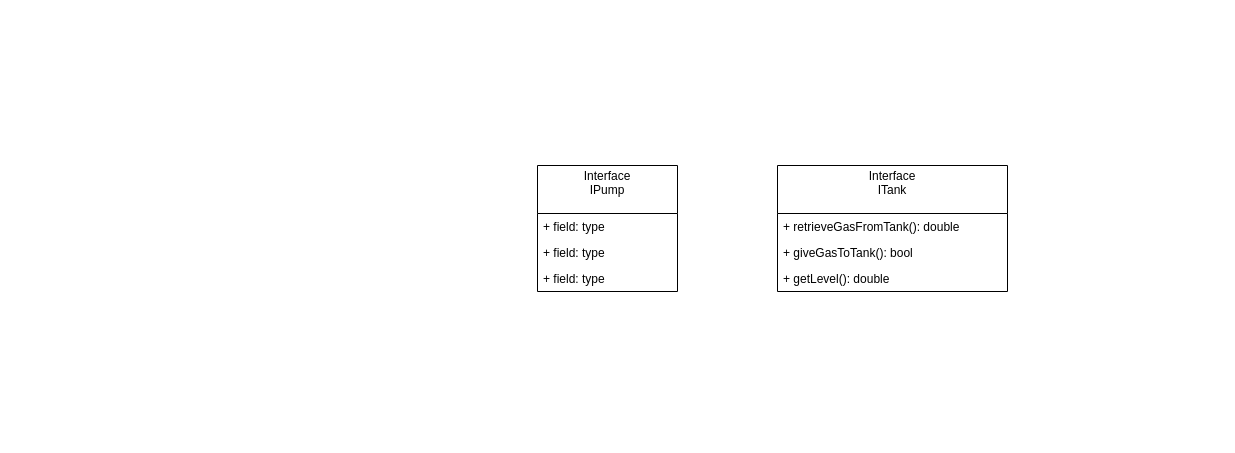
Above: GasStation.drawio in alexmickelson/GasStationPattern (draw.io), before the change. Source tidied: cells renumbered, new cells numbered last; positions are measured from the earlier drawing's top-left corner, leaving out a move shared by most shapes. Both pictures are drawn from the tidied source at 100%, with x=0, y=0 at pixel (537, 165).
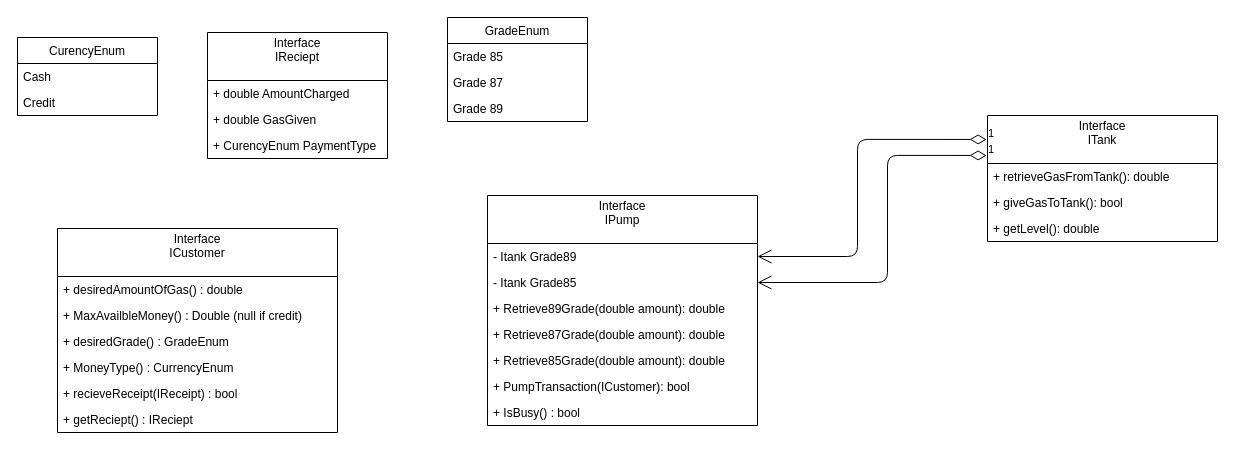
The same page after the edit.

Commit message:
defined interfaces

Diff of the diagram source:
```diff
@@
     <mxCell id="2" value="Interface&#10;IPump&#10;" style="swimlane;fontStyle=0;horizontal=1;startSize=48;fillColor=none;" parent="1" vertex="1">
-      <mxGeometry width="140" height="126" as="geometry" />
+      <mxGeometry x="-50" y="30" width="270" height="230" as="geometry" />
     </mxCell>
-    <mxCell id="3" value="+ field: type" style="text;strokeColor=none;fillColor=none;align=left;verticalAlign=top;spacingLeft=4;spacingRight=4;overflow=hidden;" parent="2" vertex="1">
-      <mxGeometry y="48" width="140" height="26" as="geometry" />
-    </mxCell>
-    <mxCell id="4" value="+ field: type" style="text;strokeColor=none;fillColor=none;align=left;verticalAlign=top;spacingLeft=4;spacingRight=4;overflow=hidden;" parent="2" vertex="1">
-      <mxGeometry y="74" width="140" height="26" as="geometry" />
-    </mxCell>
-    <mxCell id="5" value="+ field: type" style="text;strokeColor=none;fillColor=none;align=left;verticalAlign=top;spacingLeft=4;spacingRight=4;overflow=hidden;" parent="2" vertex="1">
-      <mxGeometry y="100" width="140" height="26" as="geometry" />
-    </mxCell>
+    <mxCell id="10" value="- Itank Grade89&#10;" style="text;strokeColor=none;fillColor=none;align=left;verticalAlign=top;spacingLeft=4;spacingRight=4;overflow=hidden;points=[[0,0.5],[1,0.5]];portConstraint=eastwest;" parent="2" vertex="1">
+      <mxGeometry y="48" width="270" height="26" as="geometry" />
+    </mxCell>
+    <mxCell id="11" value="- Itank Grade85&#10;" style="text;strokeColor=none;fillColor=none;align=left;verticalAlign=top;spacingLeft=4;spacingRight=4;overflow=hidden;points=[[0,0.5],[1,0.5]];portConstraint=eastwest;" parent="2" vertex="1">
+      <mxGeometry y="74" width="270" height="26" as="geometry" />
+    </mxCell>
+    <mxCell id="12" value="+ Retrieve89Grade(double amount): double" style="text;strokeColor=none;fillColor=none;align=left;verticalAlign=top;spacingLeft=4;spacingRight=4;overflow=hidden;" parent="2" vertex="1">
+      <mxGeometry y="100" width="270" height="26" as="geometry" />
+    </mxCell>
+    <mxCell id="13" value="+ Retrieve87Grade(double amount): double" style="text;strokeColor=none;fillColor=none;align=left;verticalAlign=top;spacingLeft=4;spacingRight=4;overflow=hidden;" parent="2" vertex="1">
+      <mxGeometry y="126" width="270" height="26" as="geometry" />
+    </mxCell>
+    <mxCell id="14" value="+ Retrieve85Grade(double amount): double" style="text;strokeColor=none;fillColor=none;align=left;verticalAlign=top;spacingLeft=4;spacingRight=4;overflow=hidden;" parent="2" vertex="1">
+      <mxGeometry y="152" width="270" height="26" as="geometry" />
+    </mxCell>
+    <mxCell id="15" value="+ PumpTransaction(ICustomer): bool&#10;" style="text;strokeColor=none;fillColor=none;align=left;verticalAlign=top;spacingLeft=4;spacingRight=4;overflow=hidden;" parent="2" vertex="1">
+      <mxGeometry y="178" width="270" height="26" as="geometry" />
+    </mxCell>
+    <mxCell id="16" value="+ IsBusy() : bool&#10;" style="text;strokeColor=none;fillColor=none;align=left;verticalAlign=top;spacingLeft=4;spacingRight=4;overflow=hidden;" parent="2" vertex="1">
+      <mxGeometry y="204" width="270" height="26" as="geometry" />
+    </mxCell>
     <mxCell id="6" value="Interface&#10;ITank&#10;" style="swimlane;fontStyle=0;horizontal=1;startSize=48;fillColor=none;" parent="1" vertex="1">
-      <mxGeometry x="240" width="230" height="126" as="geometry" />
+      <mxGeometry x="450" y="-50" width="230" height="126" as="geometry" />
     </mxCell>
@@
+    <mxCell id="17" value="1" style="endArrow=open;html=1;endSize=12;startArrow=diamondThin;startSize=14;startFill=0;edgeStyle=orthogonalEdgeStyle;align=left;verticalAlign=bottom;exitX=-0.004;exitY=0.19;exitDx=0;exitDy=0;entryX=1;entryY=0.5;entryDx=0;entryDy=0;exitPerimeter=0;" parent="1" edge="1" source="6" target="10">
+      <mxGeometry x="-1" y="3" relative="1" as="geometry">
+        <Array as="points">
+          <mxPoint x="320" y="-26" />
+          <mxPoint x="320" y="91" />
+        </Array>
+      </mxGeometry>
+    </mxCell>
+    <mxCell id="18" value="1" style="endArrow=open;html=1;endSize=12;startArrow=diamondThin;startSize=14;startFill=0;edgeStyle=orthogonalEdgeStyle;align=left;verticalAlign=bottom;exitX=-0.004;exitY=0.317;exitDx=0;exitDy=0;entryX=1;entryY=0.5;entryDx=0;entryDy=0;exitPerimeter=0;" parent="1" edge="1" source="6" target="11">
+      <mxGeometry x="-1" y="3" relative="1" as="geometry">
+        <Array as="points">
+          <mxPoint x="350" y="-10" />
+          <mxPoint x="350" y="117" />
+        </Array>
+      </mxGeometry>
+    </mxCell>
+    <mxCell id="19" value="Interface&#10;ICustomer&#10;" style="swimlane;fontStyle=0;horizontal=1;startSize=48;fillColor=none;" parent="1" vertex="1">
+      <mxGeometry x="-480" y="63" width="280" height="204" as="geometry" />
+    </mxCell>
+    <mxCell id="20" value="+ desiredAmountOfGas() : double&#10;" style="text;strokeColor=none;fillColor=none;align=left;verticalAlign=top;spacingLeft=4;spacingRight=4;overflow=hidden;" parent="19" vertex="1">
+      <mxGeometry y="48" width="280" height="26" as="geometry" />
+    </mxCell>
+    <mxCell id="21" value="+ MaxAvailbleMoney() : Double (null if credit)&#10;" style="text;strokeColor=none;fillColor=none;align=left;verticalAlign=top;spacingLeft=4;spacingRight=4;overflow=hidden;" parent="19" vertex="1">
+      <mxGeometry y="74" width="280" height="26" as="geometry" />
+    </mxCell>
+    <mxCell id="22" value="+ desiredGrade() : GradeEnum&#10;" style="text;strokeColor=none;fillColor=none;align=left;verticalAlign=top;spacingLeft=4;spacingRight=4;overflow=hidden;" parent="19" vertex="1">
+      <mxGeometry y="100" width="280" height="26" as="geometry" />
+    </mxCell>
+    <mxCell id="23" value="+ MoneyType() : CurrencyEnum" style="text;strokeColor=none;fillColor=none;align=left;verticalAlign=top;spacingLeft=4;spacingRight=4;overflow=hidden;" parent="19" vertex="1">
+      <mxGeometry y="126" width="280" height="26" as="geometry" />
+    </mxCell>
+    <mxCell id="24" value="+ recieveReceipt(IReceipt) : bool" style="text;strokeColor=none;fillColor=none;align=left;verticalAlign=top;spacingLeft=4;spacingRight=4;overflow=hidden;" parent="19" vertex="1">
+      <mxGeometry y="152" width="280" height="26" as="geometry" />
+    </mxCell>
+    <mxCell id="25" value="+ getReciept() : IReciept" style="text;strokeColor=none;fillColor=none;align=left;verticalAlign=top;spacingLeft=4;spacingRight=4;overflow=hidden;" parent="19" vertex="1">
+      <mxGeometry y="178" width="280" height="26" as="geometry" />
+    </mxCell>
+    <mxCell id="26" value="CurencyEnum" style="swimlane;fontStyle=0;horizontal=1;startSize=26;fillColor=none;" parent="1" vertex="1">
+      <mxGeometry x="-520" y="-128" width="140" height="78" as="geometry" />
+    </mxCell>
+    <mxCell id="27" value="Cash" style="text;strokeColor=none;fillColor=none;align=left;verticalAlign=top;spacingLeft=4;spacingRight=4;overflow=hidden;" parent="26" vertex="1">
+      <mxGeometry y="26" width="140" height="26" as="geometry" />
+    </mxCell>
+    <mxCell id="28" value="Credit" style="text;strokeColor=none;fillColor=none;align=left;verticalAlign=top;spacingLeft=4;spacingRight=4;overflow=hidden;" parent="26" vertex="1">
+      <mxGeometry y="52" width="140" height="26" as="geometry" />
+    </mxCell>
+    <mxCell id="29" value="Interface&#10;IReciept&#10;" style="swimlane;fontStyle=0;horizontal=1;startSize=48;fillColor=none;" parent="1" vertex="1">
+      <mxGeometry x="-330" y="-133" width="180" height="126" as="geometry" />
+    </mxCell>
+    <mxCell id="30" value="+ double AmountCharged&#10;" style="text;strokeColor=none;fillColor=none;align=left;verticalAlign=top;spacingLeft=4;spacingRight=4;overflow=hidden;" parent="29" vertex="1">
+      <mxGeometry y="48" width="180" height="26" as="geometry" />
+    </mxCell>
+    <mxCell id="31" value="+ double GasGiven" style="text;strokeColor=none;fillColor=none;align=left;verticalAlign=top;spacingLeft=4;spacingRight=4;overflow=hidden;" parent="29" vertex="1">
+      <mxGeometry y="74" width="180" height="26" as="geometry" />
+    </mxCell>
+    <mxCell id="32" value="+ CurencyEnum PaymentType" style="text;strokeColor=none;fillColor=none;align=left;verticalAlign=top;spacingLeft=4;spacingRight=4;overflow=hidden;" parent="29" vertex="1">
+      <mxGeometry y="100" width="180" height="26" as="geometry" />
+    </mxCell>
+    <mxCell id="33" value="GradeEnum" style="swimlane;fontStyle=0;horizontal=1;startSize=26;fillColor=none;" parent="1" vertex="1">
+      <mxGeometry x="-90" y="-148" width="140" height="104" as="geometry" />
+    </mxCell>
+    <mxCell id="34" value="Grade 85" style="text;strokeColor=none;fillColor=none;align=left;verticalAlign=top;spacingLeft=4;spacingRight=4;overflow=hidden;" parent="33" vertex="1">
+      <mxGeometry y="26" width="140" height="26" as="geometry" />
+    </mxCell>
+    <mxCell id="35" value="Grade 87" style="text;strokeColor=none;fillColor=none;align=left;verticalAlign=top;spacingLeft=4;spacingRight=4;overflow=hidden;" parent="33" vertex="1">
+      <mxGeometry y="52" width="140" height="26" as="geometry" />
+    </mxCell>
+    <mxCell id="36" value="Grade 89" style="text;strokeColor=none;fillColor=none;align=left;verticalAlign=top;spacingLeft=4;spacingRight=4;overflow=hidden;" parent="33" vertex="1">
+      <mxGeometry y="78" width="140" height="26" as="geometry" />
+    </mxCell>
```
